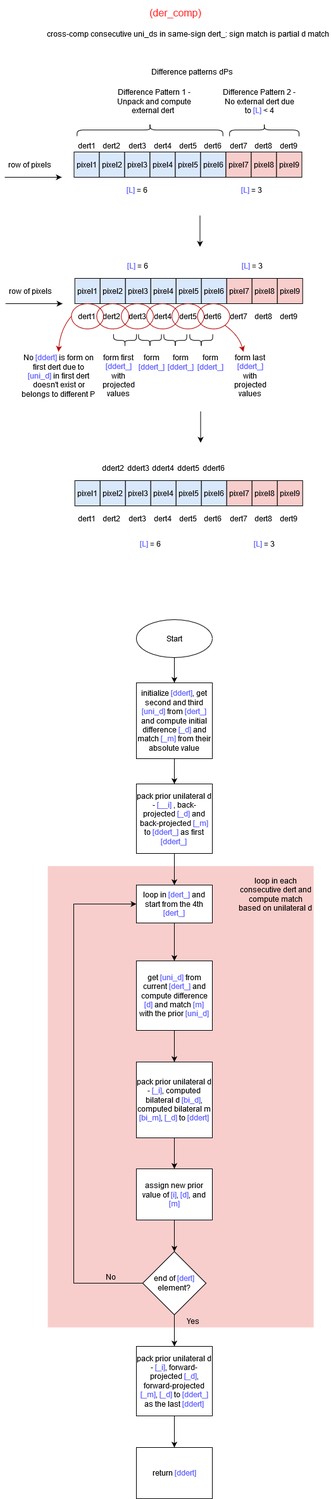
This is line_1D_alg/der_comp.png from boris-kz/CogAlg, a draw.io export, as it was before one commit. Source tidied: cells renumbered, new cells last; positions are measured from the earlier drawing's top-left corner, leaving out a move shared by most shapes.
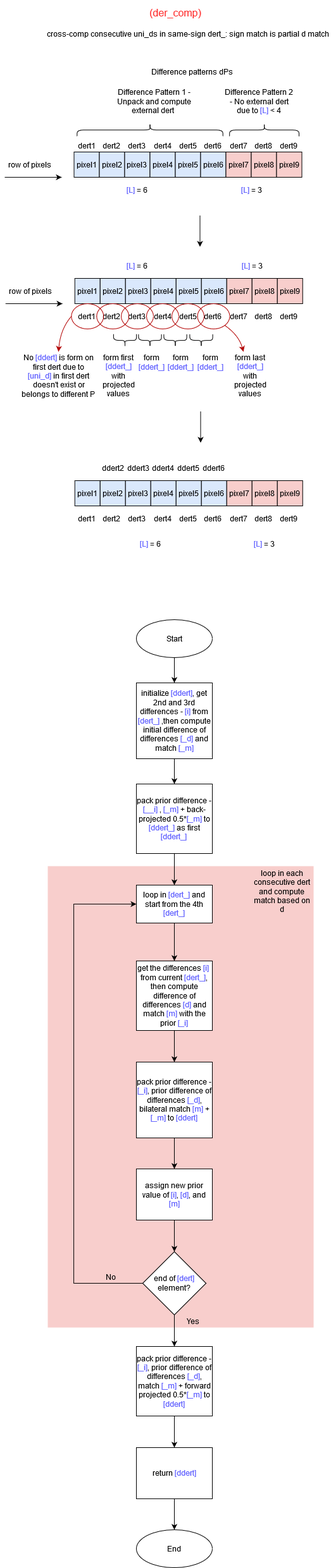
After the commit.

Diff of the diagram source:
```diff
@@ -11,7 +11,7 @@
     <mxCell id="4" style="edgeStyle=orthogonalEdgeStyle;rounded=0;jettySize=auto;html=1;" parent="1" edge="1" source="5" target="9">
       <mxGeometry relative="1" as="geometry" />
     </mxCell>
-    <mxCell id="5" value="initialize &lt;font color=&quot;#6666FF&quot;&gt;[ddert]&lt;/font&gt;, get second and third &lt;font color=&quot;#6666FF&quot;&gt;[uni_d]&lt;/font&gt; from &lt;font color=&quot;#6666FF&quot;&gt;[dert_]&lt;/font&gt; and compute initial difference &lt;font color=&quot;#6666FF&quot;&gt;[_d]&lt;/font&gt; and match &lt;font color=&quot;#6666FF&quot;&gt;[_m]&lt;/font&gt; from their absolute value" style="rounded=0;whiteSpace=wrap;html=1;" parent="1" vertex="1">
+    <mxCell id="5" value="initialize &lt;font color=&quot;#6666FF&quot;&gt;[ddert]&lt;/font&gt;, get 2nd and 3rd differences - &lt;font color=&quot;#6666FF&quot;&gt;[i]&lt;/font&gt; from &lt;font color=&quot;#6666FF&quot;&gt;[dert_]&lt;/font&gt; ,then compute initial difference of differences &lt;font color=&quot;#6666FF&quot;&gt;[_d]&lt;/font&gt; and match &lt;font color=&quot;#6666FF&quot;&gt;[_m]&lt;/font&gt; " style="rounded=0;whiteSpace=wrap;html=1;" parent="1" vertex="1">
       <mxGeometry x="208" y="1080" width="120" height="120" as="geometry" />
     </mxCell>
     <mxCell id="6" style="edgeStyle=orthogonalEdgeStyle;rounded=0;jettySize=auto;html=1;entryX=0.5;entryY=0;entryDx=0;entryDy=0;" parent="1" edge="1" source="7" target="5">
@@ -23,7 +23,7 @@
     <mxCell id="8" style="edgeStyle=orthogonalEdgeStyle;rounded=0;jettySize=auto;html=1;" parent="1" edge="1" source="9" target="11">
       <mxGeometry relative="1" as="geometry" />
     </mxCell>
-    <mxCell id="9" value="pack prior unilateral d -&lt;font color=&quot;#6666FF&quot;&gt; [__i]&lt;/font&gt; , back-projected&lt;font color=&quot;#6666FF&quot;&gt; [_d]&lt;/font&gt; and back-projected &lt;font color=&quot;#6666FF&quot;&gt;[_m] &lt;/font&gt;to &lt;font color=&quot;#6666FF&quot;&gt;[ddert_] &lt;font color=&quot;#000000&quot;&gt;as first&lt;/font&gt; [ddert_]&lt;br&gt;&lt;/font&gt;" style="rounded=0;whiteSpace=wrap;html=1;" parent="1" vertex="1">
+    <mxCell id="9" value="pack prior difference -&lt;font color=&quot;#6666FF&quot;&gt; [__i]&lt;/font&gt; , &lt;font color=&quot;#6666FF&quot;&gt;[_m]&lt;/font&gt; + back-projected 0.5*&lt;font color=&quot;#6666FF&quot;&gt;[_m] &lt;/font&gt;to &lt;font color=&quot;#6666FF&quot;&gt;[ddert_] &lt;font color=&quot;#000000&quot;&gt;as first&lt;/font&gt; [ddert_]&lt;br&gt;&lt;/font&gt;" style="rounded=0;whiteSpace=wrap;html=1;" parent="1" vertex="1">
       <mxGeometry x="208" y="1240" width="120" height="110" as="geometry" />
     </mxCell>
     <mxCell id="10" style="edgeStyle=orthogonalEdgeStyle;rounded=0;jettySize=auto;html=1;" parent="1" edge="1" source="11" target="13">
@@ -35,13 +35,13 @@
     <mxCell id="12" style="edgeStyle=orthogonalEdgeStyle;rounded=0;jettySize=auto;html=1;" parent="1" edge="1" source="13" target="15">
       <mxGeometry relative="1" as="geometry" />
     </mxCell>
-    <mxCell id="13" value="get &lt;font color=&quot;#6666FF&quot;&gt;[uni_d]&lt;/font&gt; from current &lt;font color=&quot;#6666FF&quot;&gt;[dert_] &lt;/font&gt;and compute difference &lt;font color=&quot;#6666FF&quot;&gt;[d]&lt;/font&gt; and match &lt;font color=&quot;#6666FF&quot;&gt;[m]&lt;/font&gt; with the &lt;font color=&quot;#6666FF&quot;&gt;&lt;font color=&quot;#000000&quot;&gt;prior&lt;/font&gt; [uni_d]&lt;br&gt;&lt;/font&gt;" style="rounded=0;whiteSpace=wrap;html=1;" parent="1" vertex="1">
+    <mxCell id="13" value="get the differences &lt;font color=&quot;#6666FF&quot;&gt;[i]&lt;/font&gt;&amp;nbsp; from current &lt;font color=&quot;#6666FF&quot;&gt;[dert_]&lt;/font&gt;, then compute difference of differences &lt;font color=&quot;#6666FF&quot;&gt;[d]&lt;/font&gt; and match &lt;font color=&quot;#6666FF&quot;&gt;[m]&lt;/font&gt; with the &lt;font color=&quot;#6666FF&quot;&gt;&lt;font color=&quot;#000000&quot;&gt;prior&lt;/font&gt; [_i]&lt;br&gt;&lt;/font&gt;" style="rounded=0;whiteSpace=wrap;html=1;" parent="1" vertex="1">
       <mxGeometry x="208" y="1520" width="120" height="110" as="geometry" />
     </mxCell>
     <mxCell id="14" style="edgeStyle=orthogonalEdgeStyle;rounded=0;jettySize=auto;html=1;" parent="1" edge="1" source="15" target="17">
       <mxGeometry relative="1" as="geometry" />
     </mxCell>
-    <mxCell id="15" value="&lt;font color=&quot;#6666FF&quot;&gt;&lt;font color=&quot;#000000&quot;&gt;pack prior unilateral d - &lt;font color=&quot;#6666FF&quot;&gt;[_i]&lt;/font&gt;, &lt;/font&gt;&lt;/font&gt;&lt;font color=&quot;#6666FF&quot;&gt;&lt;font color=&quot;#000000&quot;&gt;&lt;font color=&quot;#6666FF&quot;&gt;&lt;font color=&quot;#000000&quot;&gt;computed bilateral d &lt;/font&gt;[bi_d]&lt;/font&gt;, &lt;/font&gt;&lt;/font&gt;&lt;font color=&quot;#6666FF&quot;&gt;&lt;font color=&quot;#000000&quot;&gt;&lt;font color=&quot;#6666FF&quot;&gt;&lt;font color=&quot;#000000&quot;&gt;computed bilateral m &lt;/font&gt;&lt;/font&gt;&lt;/font&gt;&lt;/font&gt;&lt;font color=&quot;#6666FF&quot;&gt;&lt;font color=&quot;#000000&quot;&gt;&lt;font color=&quot;#6666FF&quot;&gt;&lt;font color=&quot;#000000&quot;&gt;&lt;font color=&quot;#6666FF&quot;&gt;[bi_m]&lt;/font&gt;, &lt;/font&gt;&lt;/font&gt;&lt;/font&gt;&lt;/font&gt;&lt;font color=&quot;#6666FF&quot;&gt;&lt;font color=&quot;#000000&quot;&gt;&lt;font color=&quot;#6666FF&quot;&gt;[_d]&lt;/font&gt; to &lt;font color=&quot;#6666FF&quot;&gt;[ddert]&lt;/font&gt;&lt;br&gt;&lt;/font&gt;&lt;/font&gt;" style="rounded=0;whiteSpace=wrap;html=1;" parent="1" vertex="1">
+    <mxCell id="15" value="&lt;font color=&quot;#6666FF&quot;&gt;&lt;font color=&quot;#000000&quot;&gt;pack prior difference - &lt;font color=&quot;#6666FF&quot;&gt;[_i]&lt;/font&gt;, &lt;/font&gt;&lt;/font&gt;&lt;font color=&quot;#6666FF&quot;&gt;&lt;font color=&quot;#000000&quot;&gt;&lt;font color=&quot;#6666FF&quot;&gt;&lt;font color=&quot;#000000&quot;&gt;prior difference of differences &lt;/font&gt;[_d]&lt;/font&gt;, &lt;/font&gt;&lt;/font&gt;&lt;font color=&quot;#6666FF&quot;&gt;&lt;font color=&quot;#000000&quot;&gt;&lt;font color=&quot;#6666FF&quot;&gt;&lt;font color=&quot;#000000&quot;&gt;bilateral match&lt;/font&gt;&lt;/font&gt;&lt;/font&gt;&lt;/font&gt;&lt;font color=&quot;#6666FF&quot;&gt;&lt;font color=&quot;#000000&quot;&gt;&lt;font color=&quot;#6666FF&quot;&gt;&lt;font color=&quot;#000000&quot;&gt;&lt;font color=&quot;#6666FF&quot;&gt; [m] &lt;/font&gt;+ &lt;/font&gt;&lt;/font&gt;&lt;/font&gt;&lt;/font&gt;&lt;font color=&quot;#6666FF&quot;&gt;&lt;font color=&quot;#000000&quot;&gt;&lt;font color=&quot;#6666FF&quot;&gt;[_m]&lt;/font&gt; to &lt;font color=&quot;#6666FF&quot;&gt;[ddert]&lt;/font&gt;&lt;br&gt;&lt;/font&gt;&lt;/font&gt;" style="rounded=0;whiteSpace=wrap;html=1;" parent="1" vertex="1">
       <mxGeometry x="208" y="1680" width="120" height="120" as="geometry" />
     </mxCell>
     <mxCell id="16" style="edgeStyle=orthogonalEdgeStyle;rounded=0;jettySize=auto;html=1;" parent="1" edge="1" source="17" target="20">
@@ -67,9 +67,12 @@
     <mxCell id="21" style="edgeStyle=orthogonalEdgeStyle;rounded=0;jettySize=auto;html=1;" parent="1" edge="1" source="22" target="23">
       <mxGeometry relative="1" as="geometry" />
     </mxCell>
-    <mxCell id="22" value="pack prior unilateral d - &lt;font color=&quot;#6666FF&quot;&gt;[_i]&lt;/font&gt;, forward-projected &lt;font color=&quot;#6666FF&quot;&gt;[_d]&lt;/font&gt;, forward-projected &lt;font color=&quot;#6666FF&quot;&gt;[_m]&lt;/font&gt;,&lt;font color=&quot;#6666FF&quot;&gt; [_d]&lt;/font&gt; to &lt;font color=&quot;#6666FF&quot;&gt;[ddert_] &lt;font color=&quot;#000000&quot;&gt;as the last&lt;/font&gt; [ddert]&lt;br&gt;&lt;/font&gt;" style="rounded=0;whiteSpace=wrap;html=1;" parent="1" vertex="1">
+    <mxCell id="22" value="&lt;font color=&quot;#6666FF&quot;&gt;&lt;font color=&quot;#000000&quot;&gt;pack prior difference - &lt;font color=&quot;#6666FF&quot;&gt;[_i]&lt;/font&gt;, &lt;/font&gt;&lt;/font&gt;&lt;font color=&quot;#6666FF&quot;&gt;&lt;font color=&quot;#000000&quot;&gt;&lt;font color=&quot;#6666FF&quot;&gt;&lt;font color=&quot;#000000&quot;&gt;prior difference of differences &lt;/font&gt;[_d]&lt;/font&gt;,&lt;/font&gt;&lt;/font&gt;&lt;font color=&quot;#6666FF&quot;&gt;&lt;font color=&quot;#000000&quot;&gt;&lt;font color=&quot;#6666FF&quot;&gt;&lt;font color=&quot;#000000&quot;&gt; match&lt;/font&gt;&lt;/font&gt;&lt;/font&gt;&lt;/font&gt;&lt;font color=&quot;#6666FF&quot;&gt;&lt;font color=&quot;#000000&quot;&gt;&lt;font color=&quot;#6666FF&quot;&gt;&lt;font color=&quot;#000000&quot;&gt;&lt;font color=&quot;#6666FF&quot;&gt; [_m] &lt;/font&gt;+ forward projected 0.5*&lt;/font&gt;&lt;/font&gt;&lt;/font&gt;&lt;/font&gt;&lt;font color=&quot;#6666FF&quot;&gt;&lt;font color=&quot;#000000&quot;&gt;&lt;font color=&quot;#6666FF&quot;&gt;[_m]&lt;/font&gt; to &lt;font color=&quot;#6666FF&quot;&gt;[ddert]&lt;/font&gt;&lt;/font&gt;&lt;/font&gt;" style="rounded=0;whiteSpace=wrap;html=1;" parent="1" vertex="1">
       <mxGeometry x="208" y="2130" width="120" height="110" as="geometry" />
     </mxCell>
+    <mxCell id="149" style="edgeStyle=orthogonalEdgeStyle;rounded=0;jettySize=auto;html=1;" parent="1" edge="1" source="23" target="150">
+      <mxGeometry relative="1" as="geometry" />
+    </mxCell>
     <mxCell id="23" value="return &lt;font color=&quot;#6666FF&quot;&gt;[ddert]&lt;/font&gt;" style="rounded=0;whiteSpace=wrap;html=1;" parent="1" vertex="1">
       <mxGeometry x="208" y="2290" width="120" height="80.9" as="geometry" />
     </mxCell>
@@ -79,8 +82,8 @@
     <mxCell id="25" value="Yes" style="text;html=1;strokeColor=none;fillColor=none;align=center;verticalAlign=middle;whiteSpace=wrap;rounded=0;" parent="1" vertex="1">
       <mxGeometry x="278" y="2080" width="40" height="20" as="geometry" />
     </mxCell>
-    <mxCell id="26" value="loop in each consecutive dert and compute match based on unilateral d" style="text;html=1;strokeColor=none;fillColor=none;align=center;verticalAlign=middle;whiteSpace=wrap;rounded=0;" parent="1" vertex="1">
-      <mxGeometry x="368" y="1370" width="120" height="90" as="geometry" />
+    <mxCell id="26" value="loop in each consecutive dert and compute match based on d" style="text;html=1;strokeColor=none;fillColor=none;align=center;verticalAlign=middle;whiteSpace=wrap;rounded=0;" parent="1" vertex="1">
+      <mxGeometry x="389" y="1370" width="98" height="80" as="geometry" />
     </mxCell>
     <mxCell id="27" value="cross-comp consecutive uni_ds in same-sign dert_: sign match is partial d match" style="text;html=1;" parent="1" vertex="1">
       <mxGeometry x="64.5" y="40" width="450" height="30" as="geometry" />
@@ -468,5 +471,8 @@
         </Array>
       </mxGeometry>
     </mxCell>
+    <mxCell id="150" value="End" style="ellipse;whiteSpace=wrap;html=1;" parent="1" vertex="1">
+      <mxGeometry x="208" y="2420" width="120" height="60" as="geometry" />
+    </mxCell>
   </root>
 </mxGraphModel>
```
